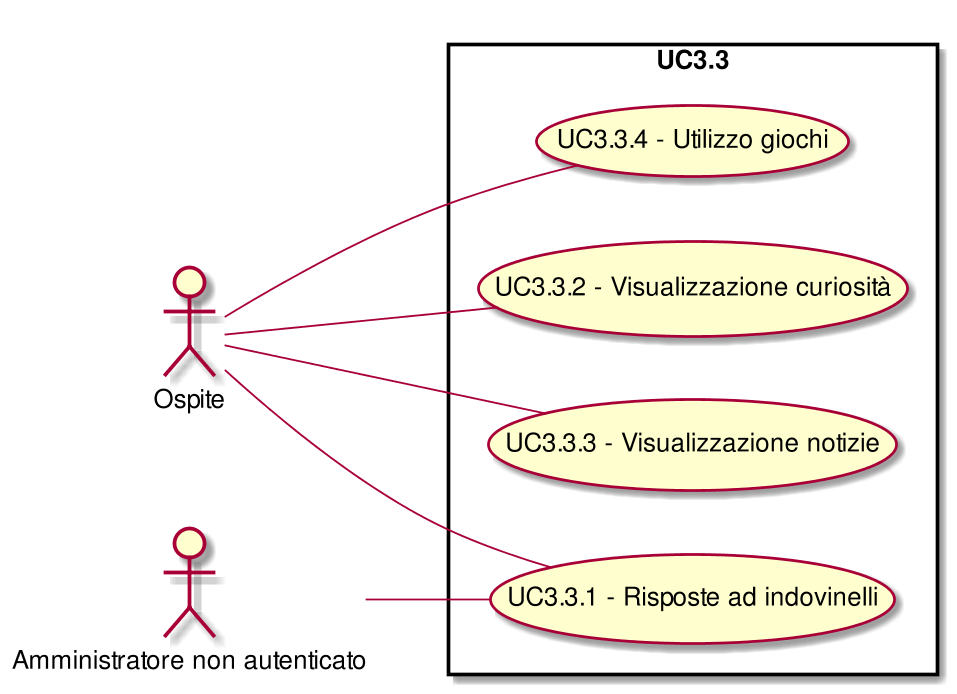
The PlantUML diagram RR/Esterni/AnalisiDeiRequisiti/images/UseCaseUC33.png in CoCodeSWE/Docs, before a commit.
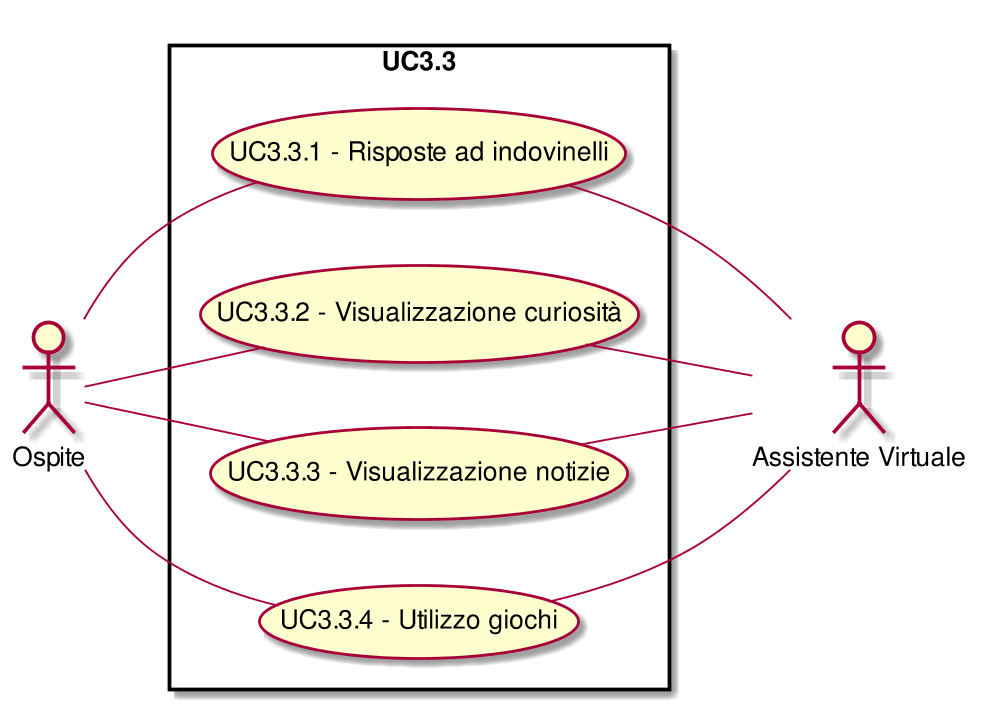
After the commit.

Diff of the diagram source:
```diff
@@ -3,17 +3,23 @@
 left to right direction
 skinparam packageStyle rect
 :Ospite:
-:Amministratore non autenticato:
+:Assistente Virtuale:
 rectangle UC3.3{
 ( UC3.3.1 - Risposte ad indovinelli ) as (UC3.3.1)
 :Ospite:--(UC3.3.1)
 ( UC3.3.1 - Risposte ad indovinelli ) as (UC3.3.1)
-:Amministratore non autenticato:--(UC3.3.1)
+(UC3.3.1)--:Assistente Virtuale:
 ( UC3.3.2 - Visualizzazione curiosità ) as (UC3.3.2)
 :Ospite:--(UC3.3.2)
+( UC3.3.2 - Visualizzazione curiosità ) as (UC3.3.2)
+(UC3.3.2)--:Assistente Virtuale:
 ( UC3.3.3 - Visualizzazione notizie ) as (UC3.3.3)
 :Ospite:--(UC3.3.3)
+( UC3.3.3 - Visualizzazione notizie ) as (UC3.3.3)
+(UC3.3.3)--:Assistente Virtuale:
 ( UC3.3.4 - Utilizzo giochi ) as (UC3.3.4)
 :Ospite:--(UC3.3.4)
+( UC3.3.4 - Utilizzo giochi ) as (UC3.3.4)
+(UC3.3.4)--:Assistente Virtuale:
 }
 @enduml
```
